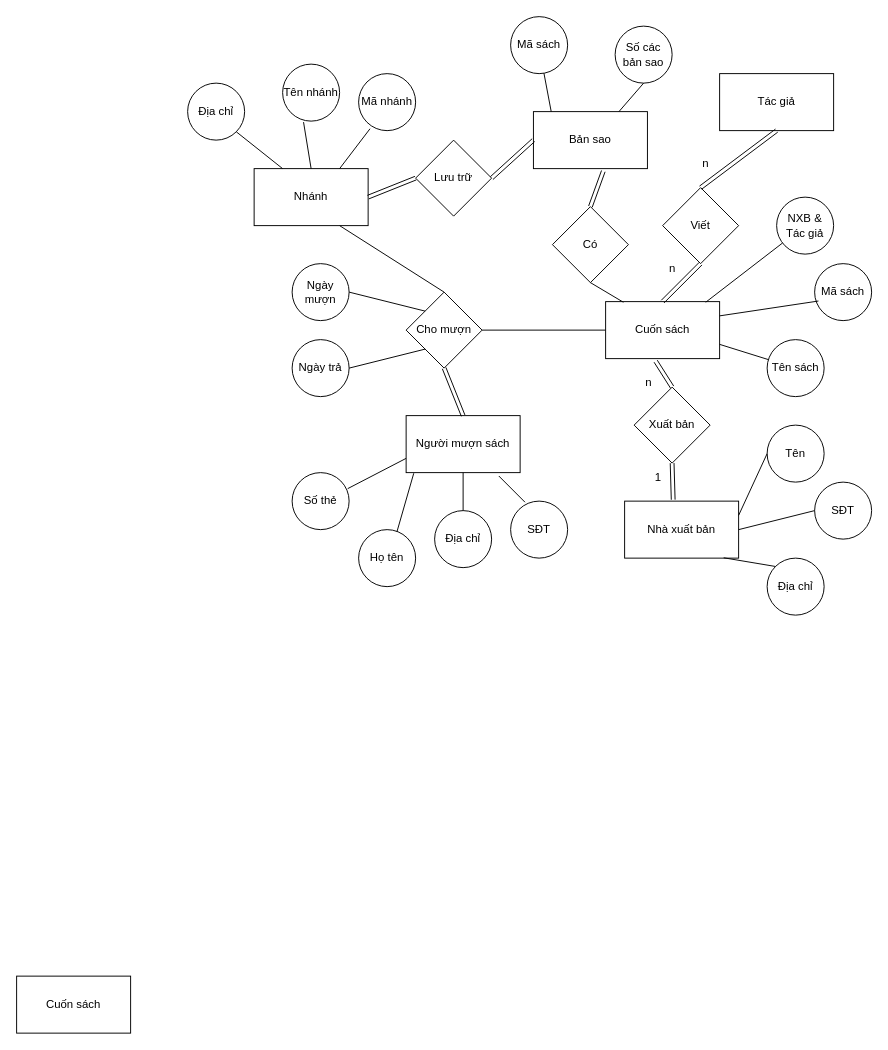
Earlier version of the draw.io diagram luoc_do_ER_so7.drawio (Drizzle210/hello-world). Source tidied: cells renumbered, new cells numbered last; positions are measured from the earlier drawing's top-left corner, leaving out a move shared by most shapes. Both pictures are drawn from the tidied source at 95%, with x=0, y=0 at pixel (16, 16).
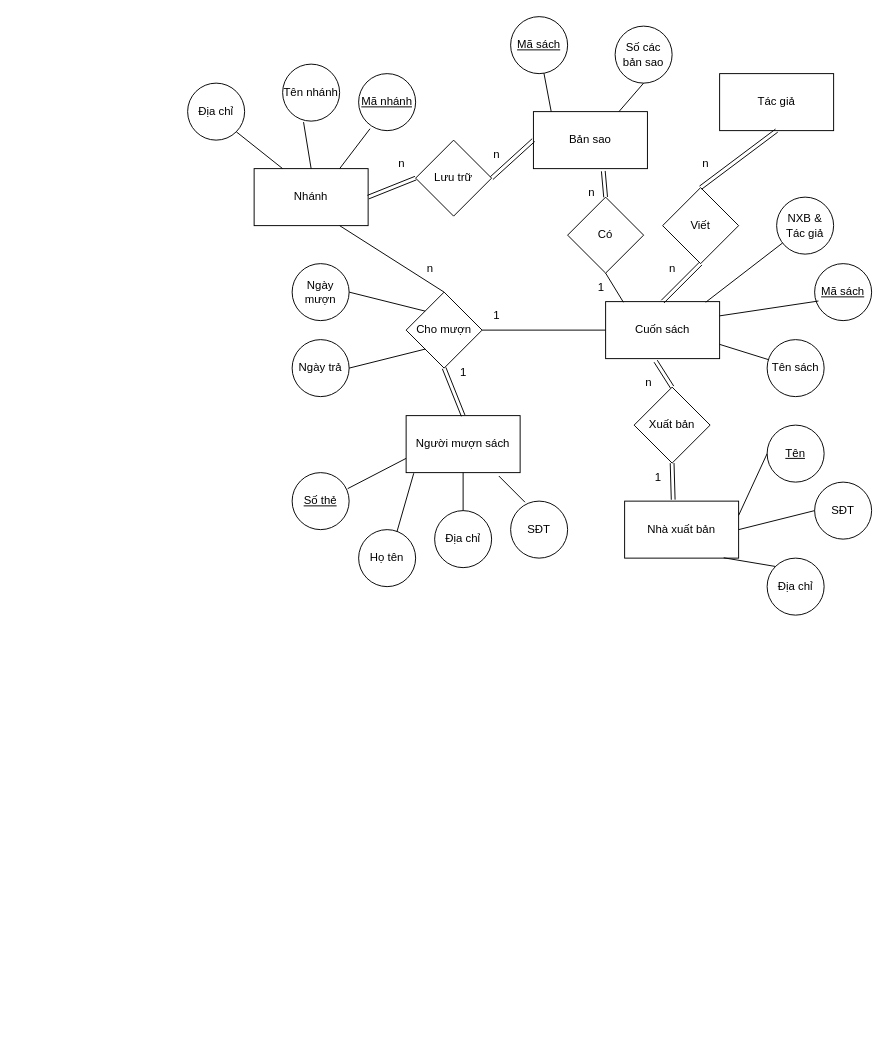
Above is the later version.

Commit message (it also covers changes not shown here):
Cập nhật luoc_do_ER_so7.drawio

What changed in the source:
```diff
@@
-    <mxCell id="3" value="Mã nhánh" style="ellipse;whiteSpace=wrap;html=1;" parent="1" vertex="1">
+    <mxCell id="3" value="&lt;u&gt;Mã nhánh&lt;/u&gt;" style="ellipse;whiteSpace=wrap;html=1;" parent="1" vertex="1">
       <mxGeometry x="360" y="60" width="60" height="60" as="geometry" />
     </mxCell>
@@
-    <mxCell id="10" value="Mã sách" style="ellipse;whiteSpace=wrap;html=1;" parent="1" vertex="1">
+    <mxCell id="10" value="&lt;u&gt;Mã sách&lt;/u&gt;" style="ellipse;whiteSpace=wrap;html=1;" parent="1" vertex="1">
       <mxGeometry x="840" y="260" width="60" height="60" as="geometry" />
     </mxCell>
@@
-    <mxCell id="18" value="Tên" style="ellipse;whiteSpace=wrap;html=1;" parent="1" vertex="1">
+    <mxCell id="18" value="&lt;u&gt;Tên&lt;/u&gt;" style="ellipse;whiteSpace=wrap;html=1;" parent="1" vertex="1">
       <mxGeometry x="790" y="430" width="60" height="60" as="geometry" />
     </mxCell>
@@
-    <mxCell id="24" value="Cuốn sách" style="rounded=0;whiteSpace=wrap;html=1;" parent="1" vertex="1">
-      <mxGeometry y="1010" width="120" height="60" as="geometry" />
-    </mxCell>
@@
-    <mxCell id="26" value="Mã sách" style="ellipse;whiteSpace=wrap;html=1;" parent="1" vertex="1">
+    <mxCell id="26" value="&lt;u&gt;Mã sách&lt;/u&gt;" style="ellipse;whiteSpace=wrap;html=1;" parent="1" vertex="1">
       <mxGeometry x="520" width="60" height="60" as="geometry" />
     </mxCell>
@@
-    <mxCell id="31" value="Số thẻ" style="ellipse;whiteSpace=wrap;html=1;" parent="1" vertex="1">
+    <mxCell id="31" value="&lt;u&gt;Số thẻ&lt;/u&gt;" style="ellipse;whiteSpace=wrap;html=1;" parent="1" vertex="1">
       <mxGeometry x="290" y="480" width="60" height="60" as="geometry" />
     </mxCell>
@@
     <mxCell id="45" value="Có" style="rhombus;whiteSpace=wrap;html=1;" parent="1" vertex="1">
-      <mxGeometry x="564" y="200" width="80" height="80" as="geometry" />
+      <mxGeometry x="580" y="190" width="80" height="80" as="geometry" />
     </mxCell>
@@
+    <mxCell id="63" value="1" style="text;html=1;align=center;verticalAlign=middle;strokeColor=none;fillColor=none;" parent="1" vertex="1">
+      <mxGeometry x="600" y="270" width="30" height="30" as="geometry" />
+    </mxCell>
+    <mxCell id="64" value="n" style="text;html=1;align=center;verticalAlign=middle;strokeColor=none;fillColor=none;" parent="1" vertex="1">
+      <mxGeometry x="590" y="170" width="30" height="30" as="geometry" />
+    </mxCell>
+    <mxCell id="65" value="1" style="text;html=1;align=center;verticalAlign=middle;strokeColor=none;fillColor=none;" parent="1" vertex="1">
+      <mxGeometry x="490" y="300" width="30" height="30" as="geometry" />
+    </mxCell>
+    <mxCell id="66" value="n" style="text;html=1;align=center;verticalAlign=middle;strokeColor=none;fillColor=none;" parent="1" vertex="1">
+      <mxGeometry x="490" y="130" width="30" height="30" as="geometry" />
+    </mxCell>
+    <mxCell id="67" value="n" style="text;html=1;align=center;verticalAlign=middle;strokeColor=none;fillColor=none;" parent="1" vertex="1">
+      <mxGeometry x="390" y="140" width="30" height="30" as="geometry" />
+    </mxCell>
+    <mxCell id="68" value="1" style="text;html=1;align=center;verticalAlign=middle;strokeColor=none;fillColor=none;" parent="1" vertex="1">
+      <mxGeometry x="455" y="360" width="30" height="30" as="geometry" />
+    </mxCell>
+    <mxCell id="69" value="n" style="text;html=1;align=center;verticalAlign=middle;strokeColor=none;fillColor=none;" parent="1" vertex="1">
+      <mxGeometry x="420" y="250" width="30" height="30" as="geometry" />
+    </mxCell>
```
